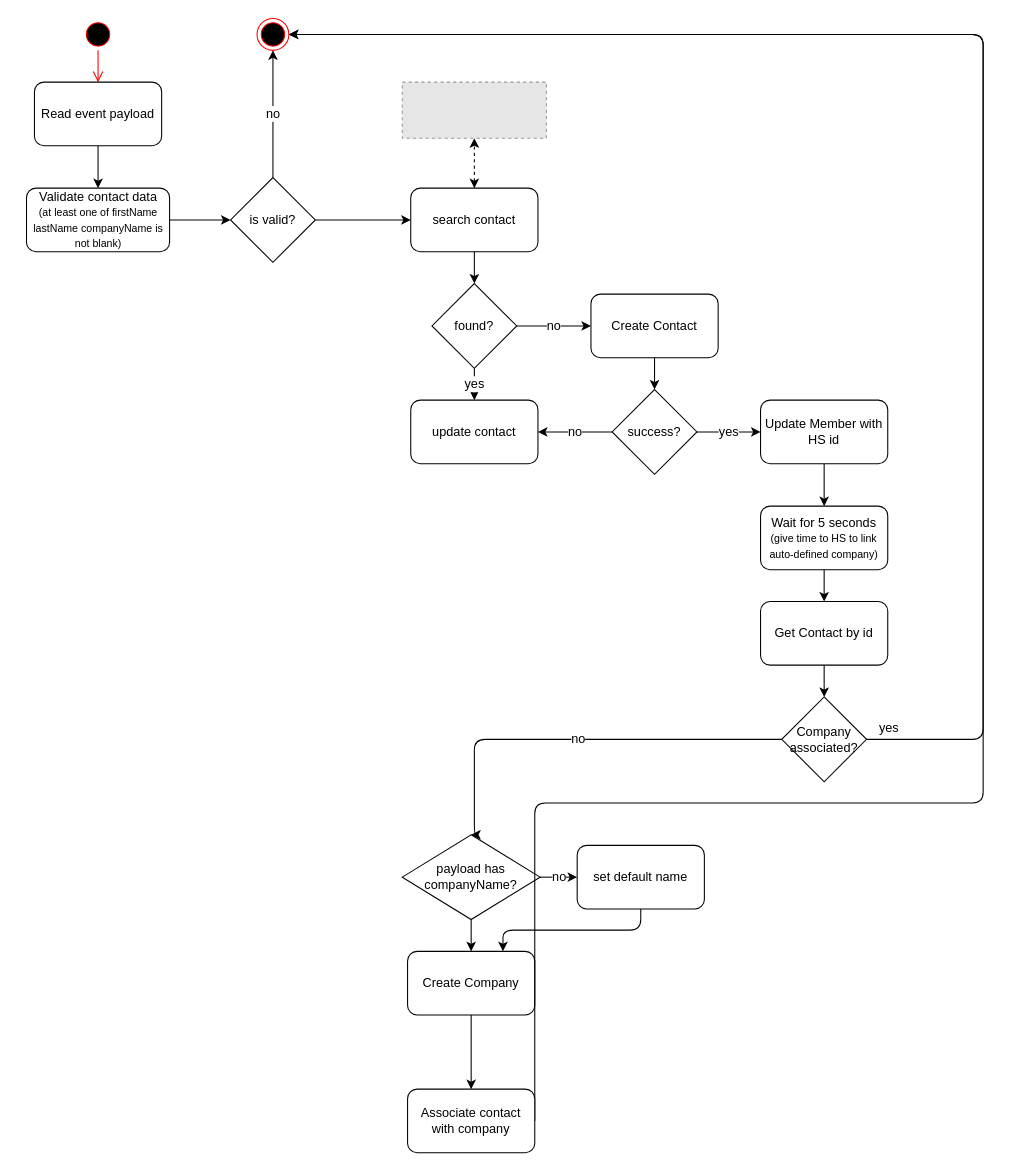
Before: workers/Untitled Diagram.drawio in CallLoop/CL2-diagrams, a draw.io diagram. Source tidied: cells renumbered, new cells numbered last; positions are measured from the earlier drawing's top-left corner, leaving out a move shared by most shapes. Both pictures are drawn from the tidied source at 106%, with x=0, y=0 at pixel (26, 18). Pictures stored in the file or linked from it are replaced by grey dashed boxes.
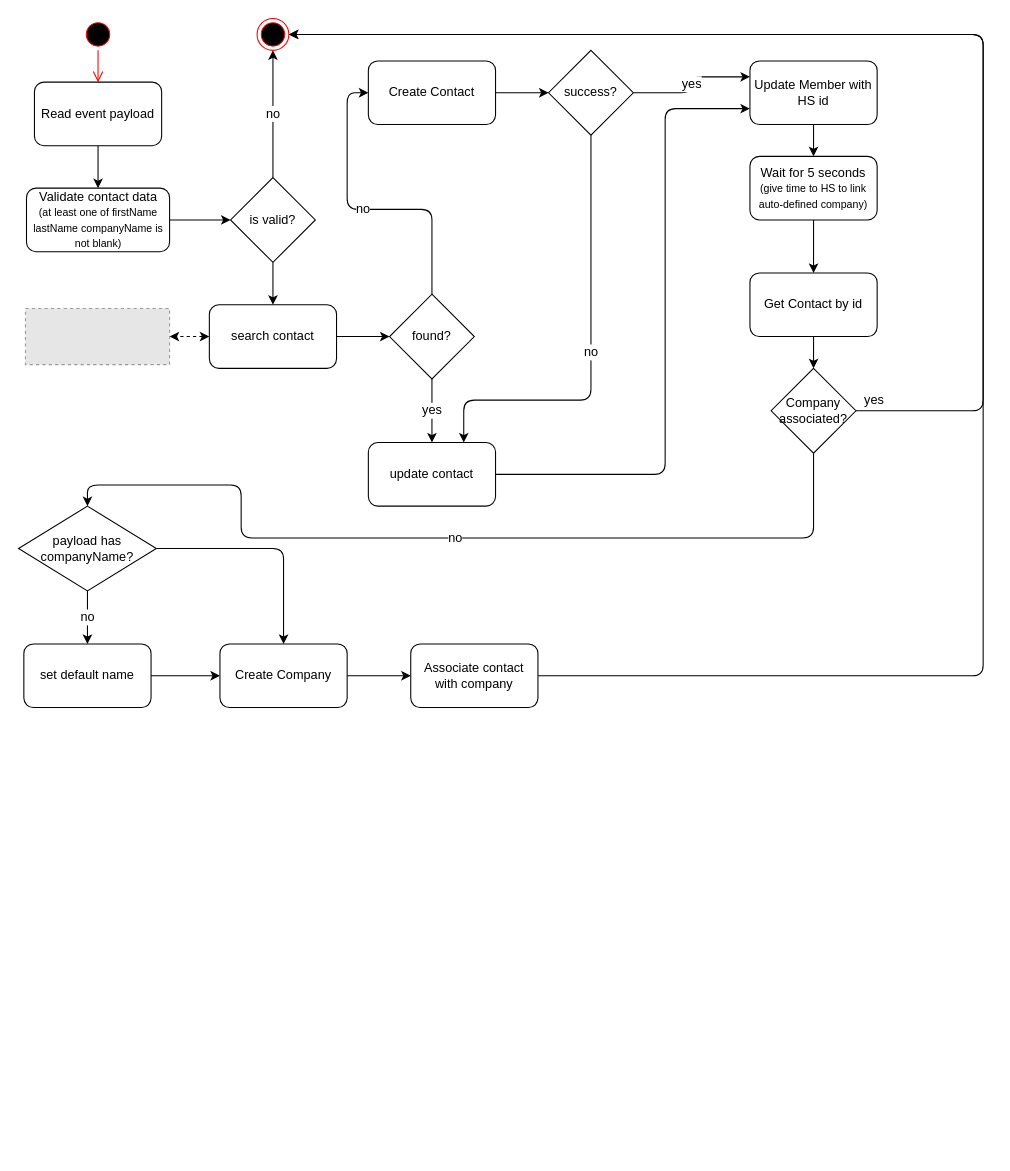
The same diagram, later.

The change refers to these unchanged cells:
```xml
<mxCell id="10" value="is valid?" style="rhombus;whiteSpace=wrap;html=1;fontSize=12;" parent="1" vertex="1">
  <mxGeometry x="192" y="150" width="80" height="80" as="geometry" />
</mxCell>
<mxCell id="11" style="ellipse;html=1;shape=endState;fillColor=#000000;strokeColor=#ff0000;fontSize=12;" parent="1" vertex="1">
  <mxGeometry x="217" width="30" height="30" as="geometry" />
</mxCell>
```

Change to the diagram source:
```diff
@@
-    <mxCell id="9" style="edgeStyle=orthogonalEdgeStyle;rounded=0;jettySize=auto;html=1;exitX=1;exitY=0.5;exitDx=0;exitDy=0;entryX=0;entryY=0.5;entryDx=0;entryDy=0;fontSize=12;" parent="1" edge="1" source="10" target="14">
+    <mxCell id="9" style="edgeStyle=orthogonalEdgeStyle;rounded=0;jettySize=auto;html=1;exitX=0.5;exitY=1;exitDx=0;exitDy=0;entryX=0.5;entryY=0;entryDx=0;entryDy=0;fontSize=12;" parent="1" edge="1" source="10" target="14">
       <mxGeometry relative="1" as="geometry" />
     </mxCell>
@@
-    <mxCell id="12" style="edgeStyle=orthogonalEdgeStyle;rounded=0;jettySize=auto;html=1;exitX=0.5;exitY=0;exitDx=0;exitDy=0;entryX=0.5;entryY=1;entryDx=0;entryDy=0;fontSize=12;dashed=1;startArrow=classic;startFill=1;" parent="1" edge="1" source="14" target="15">
+    <mxCell id="12" style="edgeStyle=orthogonalEdgeStyle;rounded=0;jettySize=auto;html=1;exitX=0;exitY=0.5;exitDx=0;exitDy=0;entryX=1;entryY=0.5;entryDx=0;entryDy=0;fontSize=12;dashed=1;startArrow=classic;startFill=1;" parent="1" edge="1" source="14" target="15">
       <mxGeometry relative="1" as="geometry" />
     </mxCell>
-    <mxCell id="13" style="edgeStyle=orthogonalEdgeStyle;rounded=0;jettySize=auto;html=1;exitX=0.5;exitY=1;exitDx=0;exitDy=0;entryX=0.5;entryY=0;entryDx=0;entryDy=0;fontSize=12;startArrow=none;startFill=0;" parent="1" edge="1" source="14" target="18">
+    <mxCell id="13" style="edgeStyle=orthogonalEdgeStyle;rounded=1;jettySize=auto;html=1;exitX=1;exitY=0.5;exitDx=0;exitDy=0;entryX=0;entryY=0.5;entryDx=0;entryDy=0;fontSize=12;startArrow=none;startFill=0;" parent="1" edge="1" source="14" target="18">
       <mxGeometry relative="1" as="geometry" />
     </mxCell>
     <mxCell id="14" value="search contact" style="rounded=1;whiteSpace=wrap;html=1;fontSize=12;" parent="1" vertex="1">
-      <mxGeometry x="362" y="160" width="120" height="60" as="geometry" />
+      <mxGeometry x="172" y="270" width="120" height="60" as="geometry" />
     </mxCell>
     <mxCell id="15" style="fillColor=#E6E6E6;strokeColor=#999999;dashed=1;verticalLabelPosition=bottom;labelBackgroundColor=default;verticalAlign=top;" parent="1" vertex="1">
-      <mxGeometry x="354" y="60" width="136" height="53" as="geometry" />
+      <mxGeometry x="-1.5" y="273.5" width="136" height="53" as="geometry" />
     </mxCell>
-    <mxCell id="16" value="no" style="edgeStyle=orthogonalEdgeStyle;rounded=0;jettySize=auto;html=1;exitX=1;exitY=0.5;exitDx=0;exitDy=0;entryX=0;entryY=0.5;entryDx=0;entryDy=0;fontSize=12;startArrow=none;startFill=0;" parent="1" edge="1" source="18" target="21">
+    <mxCell id="16" value="no" style="edgeStyle=orthogonalEdgeStyle;rounded=1;jettySize=auto;html=1;exitX=0.5;exitY=0;exitDx=0;exitDy=0;entryX=0;entryY=0.5;entryDx=0;entryDy=0;fontSize=12;startArrow=none;startFill=0;" parent="1" edge="1" source="18" target="21">
       <mxGeometry relative="1" as="geometry" />
     </mxCell>
     <mxCell id="17" value="yes" style="edgeStyle=orthogonalEdgeStyle;rounded=1;jettySize=auto;html=1;exitX=0.5;exitY=1;exitDx=0;exitDy=0;entryX=0.5;entryY=0;entryDx=0;entryDy=0;fontSize=12;startArrow=none;startFill=0;" parent="1" edge="1" source="18" target="42">
       <mxGeometry relative="1" as="geometry">
         <Array as="points">
-          <mxPoint x="422" y="340" />
-          <mxPoint x="422" y="340" />
+          <mxPoint x="382" y="340" />
         </Array>
       </mxGeometry>
     </mxCell>
     <mxCell id="18" value="found?" style="rhombus;whiteSpace=wrap;html=1;fontSize=12;" parent="1" vertex="1">
-      <mxGeometry x="382" y="250" width="80" height="80" as="geometry" />
+      <mxGeometry x="342" y="260" width="80" height="80" as="geometry" />
     </mxCell>
-    <mxCell id="19" style="edgeStyle=orthogonalEdgeStyle;rounded=0;jettySize=auto;html=1;exitX=0.5;exitY=1;exitDx=0;exitDy=0;entryX=0.5;entryY=0;entryDx=0;entryDy=0;fontSize=12;startArrow=none;startFill=0;" parent="1" edge="1" source="29" target="23">
+    <mxCell id="19" style="edgeStyle=orthogonalEdgeStyle;rounded=1;jettySize=auto;html=1;exitX=0.5;exitY=1;exitDx=0;exitDy=0;entryX=0.5;entryY=0;entryDx=0;entryDy=0;fontSize=12;startArrow=none;startFill=0;" parent="1" edge="1" source="29" target="23">
       <mxGeometry relative="1" as="geometry" />
     </mxCell>
-    <mxCell id="20" style="edgeStyle=orthogonalEdgeStyle;rounded=0;jettySize=auto;html=1;exitX=0.5;exitY=1;exitDx=0;exitDy=0;entryX=0.5;entryY=0;entryDx=0;entryDy=0;fontSize=12;startArrow=none;startFill=0;" parent="1" edge="1" source="21" target="41">
+    <mxCell id="20" style="edgeStyle=orthogonalEdgeStyle;rounded=1;jettySize=auto;html=1;exitX=1;exitY=0.5;exitDx=0;exitDy=0;entryX=0;entryY=0.5;entryDx=0;entryDy=0;fontSize=12;startArrow=none;startFill=0;" parent="1" edge="1" source="21" target="41">
       <mxGeometry relative="1" as="geometry" />
     </mxCell>
     <mxCell id="21" value="Create Contact" style="rounded=1;whiteSpace=wrap;html=1;fontSize=12;" parent="1" vertex="1">
-      <mxGeometry x="532" y="260" width="120" height="60" as="geometry" />
+      <mxGeometry x="322" y="40" width="120" height="60" as="geometry" />
     </mxCell>
-    <mxCell id="22" style="edgeStyle=orthogonalEdgeStyle;rounded=0;jettySize=auto;html=1;exitX=0.5;exitY=1;exitDx=0;exitDy=0;entryX=0.5;entryY=0;entryDx=0;entryDy=0;fontSize=12;startArrow=none;startFill=0;" parent="1" edge="1" source="23" target="25">
+    <mxCell id="22" style="edgeStyle=orthogonalEdgeStyle;rounded=1;jettySize=auto;html=1;exitX=0.5;exitY=1;exitDx=0;exitDy=0;entryX=0.5;entryY=0;entryDx=0;entryDy=0;fontSize=12;startArrow=none;startFill=0;" parent="1" edge="1" source="23" target="25">
       <mxGeometry relative="1" as="geometry" />
     </mxCell>
     <mxCell id="23" value="Wait for 5 seconds&lt;br&gt;&lt;font style=&quot;font-size: 10px;&quot;&gt;(give time to HS to link auto-defined company)&lt;/font&gt;" style="rounded=1;whiteSpace=wrap;html=1;fontSize=12;" parent="1" vertex="1">
-      <mxGeometry x="692" y="460" width="120" height="60" as="geometry" />
+      <mxGeometry x="682" y="130" width="120" height="60" as="geometry" />
     </mxCell>
-    <mxCell id="24" style="edgeStyle=orthogonalEdgeStyle;rounded=0;jettySize=auto;html=1;exitX=0.5;exitY=1;exitDx=0;exitDy=0;entryX=0.5;entryY=0;entryDx=0;entryDy=0;fontSize=12;startArrow=none;startFill=0;" parent="1" edge="1" source="25" target="28">
+    <mxCell id="24" style="edgeStyle=orthogonalEdgeStyle;rounded=1;jettySize=auto;html=1;exitX=0.5;exitY=1;exitDx=0;exitDy=0;entryX=0.5;entryY=0;entryDx=0;entryDy=0;fontSize=12;startArrow=none;startFill=0;" parent="1" edge="1" source="25" target="28">
       <mxGeometry relative="1" as="geometry" />
     </mxCell>
     <mxCell id="25" value="Get Contact by id" style="rounded=1;whiteSpace=wrap;html=1;fontSize=12;" parent="1" vertex="1">
-      <mxGeometry x="692" y="550" width="120" height="60" as="geometry" />
+      <mxGeometry x="682" y="240" width="120" height="60" as="geometry" />
     </mxCell>
     <mxCell id="26" value="yes" style="edgeStyle=orthogonalEdgeStyle;rounded=1;jettySize=auto;html=1;exitX=1;exitY=0.5;exitDx=0;exitDy=0;entryX=1;entryY=0.5;entryDx=0;entryDy=0;fontSize=12;startArrow=none;startFill=0;" parent="1" edge="1" source="28" target="11">
       <mxGeometry x="-0.97" y="10" relative="1" as="geometry">
         <Array as="points">
-          <mxPoint x="902" y="680" />
+          <mxPoint x="902" y="370" />
           <mxPoint x="902" y="15" />
         </Array>
       </mxGeometry>
     </mxCell>
-    <mxCell id="27" value="no" style="edgeStyle=orthogonalEdgeStyle;rounded=1;jettySize=auto;html=1;exitX=0;exitY=0.5;exitDx=0;exitDy=0;fontSize=12;startArrow=none;startFill=0;entryX=0.5;entryY=0;entryDx=0;entryDy=0;" parent="1" edge="1" source="28" target="32">
+    <mxCell id="27" value="no" style="edgeStyle=orthogonalEdgeStyle;rounded=1;jettySize=auto;html=1;fontSize=12;startArrow=none;startFill=0;entryX=0.5;entryY=0;entryDx=0;entryDy=0;" parent="1" edge="1" source="28" target="32">
       <mxGeometry relative="1" as="geometry">
         <Array as="points">
-          <mxPoint x="422" y="680" />
-          <mxPoint x="422" y="770" />
+          <mxPoint x="742" y="490" />
+          <mxPoint x="202" y="490" />
+          <mxPoint x="202" y="440" />
+          <mxPoint x="57" y="440" />
         </Array>
       </mxGeometry>
     </mxCell>
     <mxCell id="28" value="Company&lt;br&gt;associated?" style="rhombus;whiteSpace=wrap;html=1;fontSize=12;" parent="1" vertex="1">
-      <mxGeometry x="712" y="640" width="80" height="80" as="geometry" />
+      <mxGeometry x="702" y="330" width="80" height="80" as="geometry" />
     </mxCell>
     <mxCell id="29" value="Update Member with HS id" style="rounded=1;whiteSpace=wrap;html=1;fontSize=12;" parent="1" vertex="1">
-      <mxGeometry x="692" y="360" width="120" height="60" as="geometry" />
+      <mxGeometry x="682" y="40" width="120" height="60" as="geometry" />
     </mxCell>
-    <mxCell id="30" value="no" style="edgeStyle=orthogonalEdgeStyle;rounded=1;jettySize=auto;html=1;exitX=1;exitY=0.5;exitDx=0;exitDy=0;entryX=0;entryY=0.5;entryDx=0;entryDy=0;fontSize=12;startArrow=none;startFill=0;" parent="1" edge="1" source="32" target="34">
-      <mxGeometry relative="1" as="geometry" />
+    <mxCell id="30" value="no" style="edgeStyle=orthogonalEdgeStyle;rounded=1;jettySize=auto;html=1;exitX=0.5;exitY=1;exitDx=0;exitDy=0;entryX=0.5;entryY=0;entryDx=0;entryDy=0;fontSize=12;startArrow=none;startFill=0;" parent="1" edge="1" source="32" target="34">
+      <mxGeometry relative="1" as="geometry">
+        <Array as="points">
+          <mxPoint x="57" y="570" />
+          <mxPoint x="57" y="570" />
+        </Array>
+      </mxGeometry>
     </mxCell>
-    <mxCell id="31" style="edgeStyle=orthogonalEdgeStyle;rounded=1;jettySize=auto;html=1;exitX=0.5;exitY=1;exitDx=0;exitDy=0;entryX=0.5;entryY=0;entryDx=0;entryDy=0;fontSize=12;startArrow=none;startFill=0;" parent="1" edge="1" source="32" target="36">
-      <mxGeometry relative="1" as="geometry" />
+    <mxCell id="31" style="edgeStyle=orthogonalEdgeStyle;rounded=1;jettySize=auto;html=1;exitX=1;exitY=0.5;exitDx=0;exitDy=0;entryX=0.5;entryY=0;entryDx=0;entryDy=0;fontSize=12;startArrow=none;startFill=0;" parent="1" edge="1" source="32" target="36">
+      <mxGeometry relative="1" as="geometry">
+        <Array as="points">
+          <mxPoint x="242" y="500" />
+        </Array>
+      </mxGeometry>
     </mxCell>
     <mxCell id="32" value="payload has companyName?" style="rhombus;whiteSpace=wrap;html=1;fontSize=12;" parent="1" vertex="1">
-      <mxGeometry x="354" y="770" width="130" height="80" as="geometry" />
+      <mxGeometry x="-8" y="460" width="130" height="80" as="geometry" />
     </mxCell>
-    <mxCell id="33" style="edgeStyle=orthogonalEdgeStyle;rounded=1;jettySize=auto;html=1;exitX=0.5;exitY=1;exitDx=0;exitDy=0;entryX=0.75;entryY=0;entryDx=0;entryDy=0;fontSize=12;startArrow=none;startFill=0;" parent="1" edge="1" source="34" target="36">
+    <mxCell id="33" style="edgeStyle=orthogonalEdgeStyle;rounded=1;jettySize=auto;html=1;exitX=1;exitY=0.5;exitDx=0;exitDy=0;entryX=0;entryY=0.5;entryDx=0;entryDy=0;fontSize=12;startArrow=none;startFill=0;" parent="1" edge="1" source="34" target="36">
       <mxGeometry relative="1" as="geometry" />
     </mxCell>
     <mxCell id="34" value="set default name" style="rounded=1;whiteSpace=wrap;html=1;fontSize=12;" parent="1" vertex="1">
-      <mxGeometry x="519" y="780" width="120" height="60" as="geometry" />
+      <mxGeometry x="-3" y="590" width="120" height="60" as="geometry" />
     </mxCell>
-    <mxCell id="35" style="edgeStyle=orthogonalEdgeStyle;rounded=1;jettySize=auto;html=1;exitX=0.5;exitY=1;exitDx=0;exitDy=0;entryX=0.5;entryY=0;entryDx=0;entryDy=0;fontSize=12;startArrow=none;startFill=0;" parent="1" edge="1" source="36" target="38">
+    <mxCell id="35" style="edgeStyle=orthogonalEdgeStyle;rounded=1;jettySize=auto;html=1;exitX=1;exitY=0.5;exitDx=0;exitDy=0;entryX=0;entryY=0.5;entryDx=0;entryDy=0;fontSize=12;startArrow=none;startFill=0;" parent="1" edge="1" source="36" target="38">
       <mxGeometry relative="1" as="geometry" />
     </mxCell>
     <mxCell id="36" value="Create Company" style="rounded=1;whiteSpace=wrap;html=1;fontSize=12;" parent="1" vertex="1">
-      <mxGeometry x="359" y="880" width="120" height="60" as="geometry" />
+      <mxGeometry x="182" y="590" width="120" height="60" as="geometry" />
     </mxCell>
     <mxCell id="37" style="edgeStyle=orthogonalEdgeStyle;rounded=1;jettySize=auto;html=1;exitX=1;exitY=0.5;exitDx=0;exitDy=0;entryX=1;entryY=0.5;entryDx=0;entryDy=0;fontSize=12;startArrow=none;startFill=0;" parent="1" edge="1" source="38" target="11">
       <mxGeometry relative="1" as="geometry">
         <Array as="points">
-          <mxPoint x="902" y="740" />
+          <mxPoint x="902" y="620" />
           <mxPoint x="902" y="15" />
         </Array>
       </mxGeometry>
     </mxCell>
     <mxCell id="38" value="Associate contact with company" style="rounded=1;whiteSpace=wrap;html=1;fontSize=12;" parent="1" vertex="1">
-      <mxGeometry x="359" y="1010" width="120" height="60" as="geometry" />
+      <mxGeometry x="362" y="590" width="120" height="60" as="geometry" />
     </mxCell>
-    <mxCell id="39" value="yes" style="edgeStyle=orthogonalEdgeStyle;rounded=1;jettySize=auto;html=1;exitX=1;exitY=0.5;exitDx=0;exitDy=0;entryX=0;entryY=0.5;entryDx=0;entryDy=0;fontSize=12;startArrow=none;startFill=0;" parent="1" edge="1" source="41" target="29">
+    <mxCell id="39" value="yes" style="edgeStyle=orthogonalEdgeStyle;rounded=1;jettySize=auto;html=1;exitX=1;exitY=0.5;exitDx=0;exitDy=0;entryX=0;entryY=0.25;entryDx=0;entryDy=0;fontSize=12;startArrow=none;startFill=0;" parent="1" edge="1" source="41" target="29">
       <mxGeometry relative="1" as="geometry" />
     </mxCell>
-    <mxCell id="40" value="no" style="edgeStyle=orthogonalEdgeStyle;rounded=1;jettySize=auto;html=1;exitX=0;exitY=0.5;exitDx=0;exitDy=0;entryX=1;entryY=0.5;entryDx=0;entryDy=0;fontSize=12;startArrow=none;startFill=0;" parent="1" edge="1" source="41" target="42">
+    <mxCell id="40" value="no" style="edgeStyle=orthogonalEdgeStyle;rounded=1;jettySize=auto;html=1;exitX=0.5;exitY=1;exitDx=0;exitDy=0;entryX=0.75;entryY=0;entryDx=0;entryDy=0;fontSize=12;startArrow=none;startFill=0;" parent="1" edge="1" source="41" target="42">
       <mxGeometry relative="1" as="geometry">
         <Array as="points">
-          <mxPoint x="502" y="390" />
-          <mxPoint x="502" y="390" />
+          <mxPoint x="532" y="360" />
+          <mxPoint x="412" y="360" />
         </Array>
       </mxGeometry>
     </mxCell>
     <mxCell id="41" value="success?" style="rhombus;whiteSpace=wrap;html=1;fontSize=12;" parent="1" vertex="1">
-      <mxGeometry x="552" y="350" width="80" height="80" as="geometry" />
+      <mxGeometry x="492" y="30" width="80" height="80" as="geometry" />
     </mxCell>
+    <mxCell id="43" style="edgeStyle=orthogonalEdgeStyle;rounded=1;jettySize=auto;html=1;exitX=1;exitY=0.5;exitDx=0;exitDy=0;entryX=0;entryY=0.75;entryDx=0;entryDy=0;" parent="1" edge="1" source="42" target="29">
+      <mxGeometry relative="1" as="geometry">
+        <Array as="points">
+          <mxPoint x="602" y="430" />
+          <mxPoint x="602" y="85" />
+        </Array>
+      </mxGeometry>
+    </mxCell>
     <mxCell id="42" value="update contact" style="rounded=1;whiteSpace=wrap;html=1;fontSize=12;" parent="1" vertex="1">
-      <mxGeometry x="362" y="360" width="120" height="60" as="geometry" />
+      <mxGeometry x="322" y="400" width="120" height="60" as="geometry" />
     </mxCell>
```
